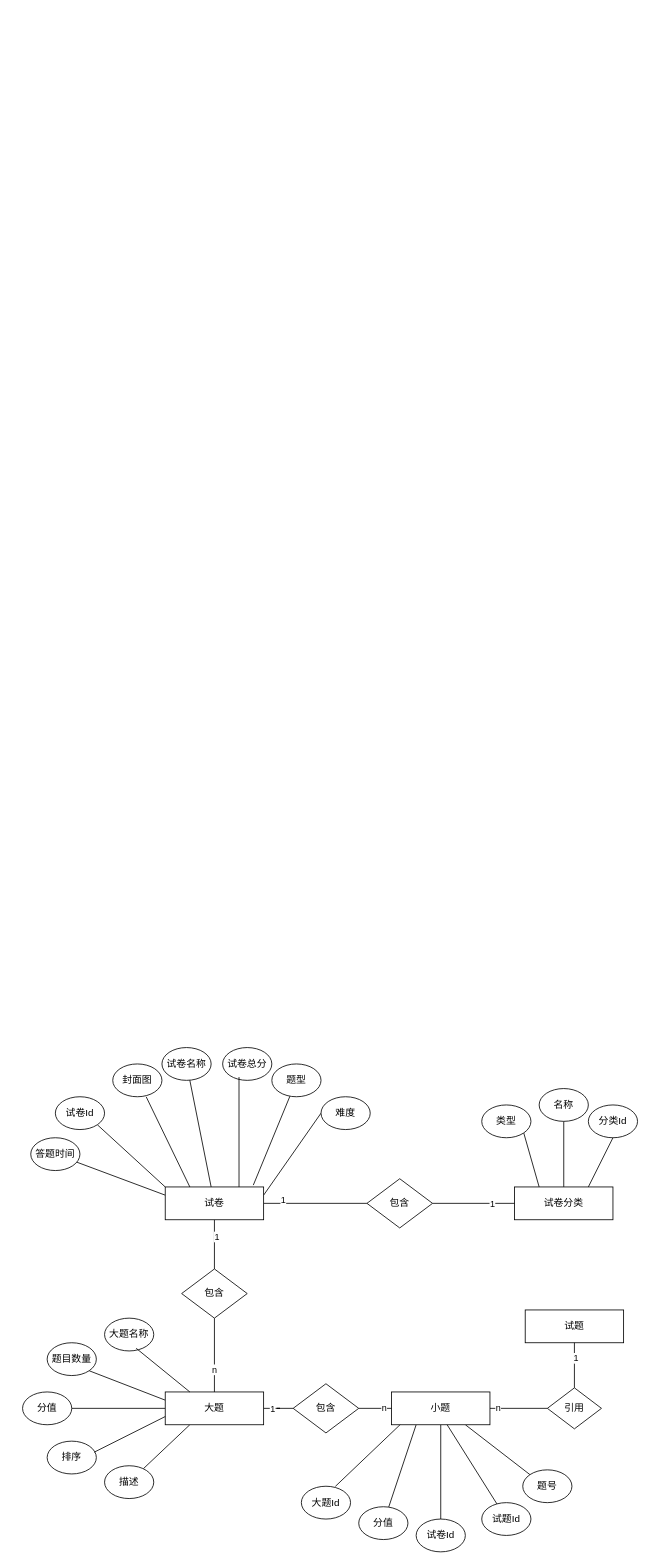
Before: page "试卷E-R图" (4 of 16) of 题库E-R.drawio in ChenLiheng/question-project, a draw.io diagram. Source tidied: cells renumbered, new cells numbered last; positions are measured from the earlier drawing's top-left corner, leaving out a move shared by most shapes. Both pictures are drawn from the tidied source at 82%, with x=0, y=0 at pixel (22, 1047).
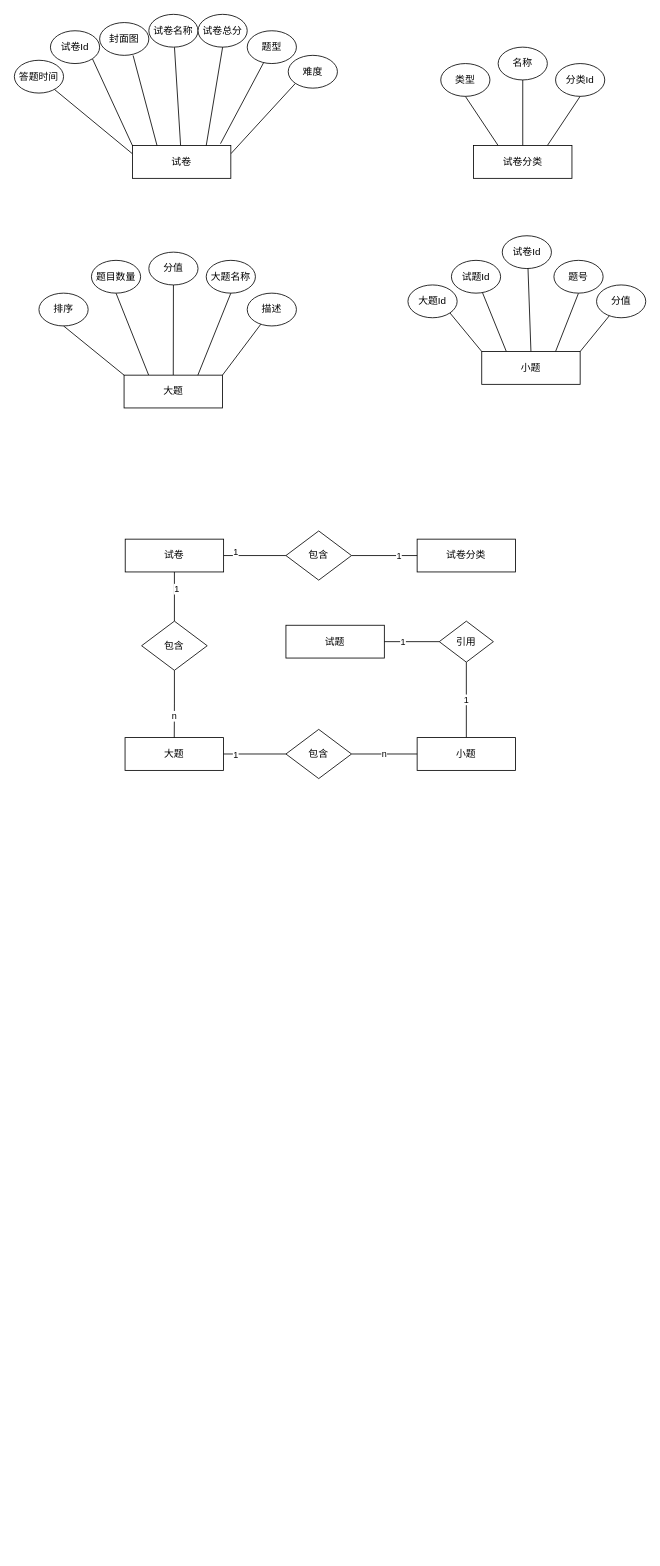
Above is the later version.

What changed in the source:
```diff
@@
-    <mxCell id="2" style="rounded=0;jettySize=auto;html=1;endArrow=none;endFill=0;" parent="1" edge="1" source="11" target="12">
-      <mxGeometry relative="1" as="geometry" />
-    </mxCell>
-    <mxCell id="3" style="rounded=0;jettySize=auto;html=1;exitX=1;exitY=0.25;exitDx=0;exitDy=0;entryX=0;entryY=0.5;entryDx=0;entryDy=0;endArrow=none;endFill=0;" parent="1" edge="1" source="11" target="16">
-      <mxGeometry relative="1" as="geometry" />
-    </mxCell>
-    <mxCell id="4" style="rounded=0;jettySize=auto;html=1;exitX=0.895;exitY=-0.056;exitDx=0;exitDy=0;exitPerimeter=0;endArrow=none;endFill=0;" parent="1" edge="1" source="11" target="15">
-      <mxGeometry relative="1" as="geometry" />
-    </mxCell>
@@
-    <mxCell id="9" style="rounded=0;jettySize=auto;html=1;exitX=0;exitY=0.25;exitDx=0;exitDy=0;endArrow=none;endFill=0;" parent="1" edge="1" source="11" target="60">
-      <mxGeometry relative="1" as="geometry" />
-    </mxCell>
-    <mxCell id="10" style="rounded=0;jettySize=auto;html=1;exitX=0;exitY=0;exitDx=0;exitDy=0;entryX=1;entryY=1;entryDx=0;entryDy=0;endArrow=none;endFill=0;" parent="1" edge="1" source="11" target="68">
-      <mxGeometry relative="1" as="geometry" />
-    </mxCell>
     <mxCell id="11" value="试卷" style="whiteSpace=wrap;html=1;" parent="1" vertex="1">
-      <mxGeometry x="174" y="170" width="120" height="40" as="geometry" />
+      <mxGeometry x="125.2" y="-620" width="120" height="40" as="geometry" />
     </mxCell>
-    <mxCell id="12" value="试卷名称" style="ellipse;whiteSpace=wrap;html=1;" parent="1" vertex="1">
-      <mxGeometry x="170" width="60" height="40" as="geometry" />
-    </mxCell>
-    <mxCell id="13" value="试卷总分" style="ellipse;whiteSpace=wrap;html=1;" parent="1" vertex="1">
-      <mxGeometry x="244" width="60" height="40" as="geometry" />
-    </mxCell>
-    <mxCell id="14" style="rounded=0;jettySize=auto;html=1;exitX=0.75;exitY=0;exitDx=0;exitDy=0;entryX=0.333;entryY=0.9;entryDx=0;entryDy=0;entryPerimeter=0;endArrow=none;endFill=0;" parent="1" edge="1" source="11" target="13">
-      <mxGeometry relative="1" as="geometry" />
-    </mxCell>
-    <mxCell id="15" value="题型" style="ellipse;whiteSpace=wrap;html=1;" parent="1" vertex="1">
-      <mxGeometry x="304" y="20" width="60" height="40" as="geometry" />
-    </mxCell>
-    <mxCell id="16" value="难度" style="ellipse;whiteSpace=wrap;html=1;" parent="1" vertex="1">
-      <mxGeometry x="364" y="60" width="60" height="40" as="geometry" />
-    </mxCell>
@@
-    <mxCell id="19" style="rounded=0;jettySize=auto;html=1;exitX=0;exitY=0.25;exitDx=0;exitDy=0;entryX=1;entryY=1;entryDx=0;entryDy=0;endArrow=none;endFill=0;" parent="1" edge="1" source="22" target="51">
-      <mxGeometry relative="1" as="geometry" />
-    </mxCell>
-    <mxCell id="20" style="rounded=0;jettySize=auto;html=1;exitX=0;exitY=0.5;exitDx=0;exitDy=0;entryX=1;entryY=0.5;entryDx=0;entryDy=0;endArrow=none;endFill=0;" parent="1" edge="1" source="22" target="52">
-      <mxGeometry relative="1" as="geometry" />
-    </mxCell>
-    <mxCell id="21" style="rounded=0;jettySize=auto;html=1;exitX=0.25;exitY=1;exitDx=0;exitDy=0;endArrow=none;endFill=0;" parent="1" edge="1" source="22" target="54">
-      <mxGeometry relative="1" as="geometry" />
-    </mxCell>
     <mxCell id="22" value="大题" style="whiteSpace=wrap;html=1;" parent="1" vertex="1">
-      <mxGeometry x="174" y="420" width="120" height="40" as="geometry" />
+      <mxGeometry x="125" y="-378" width="120" height="40" as="geometry" />
     </mxCell>
-    <mxCell id="23" style="rounded=0;jettySize=auto;html=1;exitX=0.25;exitY=0;exitDx=0;exitDy=0;entryX=1;entryY=1;entryDx=0;entryDy=0;endArrow=none;endFill=0;" parent="1" edge="1" source="26" target="65">
-      <mxGeometry relative="1" as="geometry" />
-    </mxCell>
-    <mxCell id="24" style="rounded=0;jettySize=auto;html=1;exitX=0.5;exitY=0;exitDx=0;exitDy=0;endArrow=none;endFill=0;" parent="1" edge="1" source="26" target="66">
-      <mxGeometry relative="1" as="geometry" />
-    </mxCell>
-    <mxCell id="25" style="rounded=0;jettySize=auto;html=1;exitX=0.75;exitY=0;exitDx=0;exitDy=0;entryX=0.5;entryY=1;entryDx=0;entryDy=0;endArrow=none;endFill=0;" parent="1" edge="1" source="26" target="67">
-      <mxGeometry relative="1" as="geometry" />
-    </mxCell>
     <mxCell id="26" value="试卷分类" style="whiteSpace=wrap;html=1;" parent="1" vertex="1">
-      <mxGeometry x="600" y="170" width="120" height="40" as="geometry" />
+      <mxGeometry x="481.2" y="-620" width="120" height="40" as="geometry" />
     </mxCell>
-    <mxCell id="27" style="edgeStyle=orthogonalEdgeStyle;rounded=0;jettySize=auto;html=1;endArrow=none;endFill=0;" parent="1" edge="1" source="34" target="38">
+    <mxCell id="27" value="1" style="edgeStyle=orthogonalEdgeStyle;rounded=0;jettySize=auto;html=1;endArrow=none;endFill=0;" parent="1" edge="1" source="34" target="38">
       <mxGeometry relative="1" as="geometry" />
     </mxCell>
-    <mxCell id="28" value="n" style="edgeLabel;html=1;align=center;verticalAlign=middle;" parent="27" vertex="1">
-      <mxGeometry x="-0.75" y="1" relative="1" as="geometry" />
-    </mxCell>
-    <mxCell id="29" style="rounded=0;jettySize=auto;html=1;exitX=0.376;exitY=0.1;exitDx=0;exitDy=0;exitPerimeter=0;endArrow=none;endFill=0;" parent="1" edge="1" source="34" target="62">
-      <mxGeometry relative="1" as="geometry" />
-    </mxCell>
-    <mxCell id="30" style="rounded=0;jettySize=auto;html=1;exitX=0.25;exitY=1;exitDx=0;exitDy=0;endArrow=none;endFill=0;" parent="1" edge="1" source="34" target="63">
-      <mxGeometry relative="1" as="geometry" />
-    </mxCell>
-    <mxCell id="31" style="rounded=0;jettySize=auto;html=1;exitX=0.75;exitY=1;exitDx=0;exitDy=0;entryX=0;entryY=0;entryDx=0;entryDy=0;endArrow=none;endFill=0;" parent="1" edge="1" source="34" target="64">
-      <mxGeometry relative="1" as="geometry" />
-    </mxCell>
-    <mxCell id="32" style="rounded=0;jettySize=auto;html=1;exitX=0.5;exitY=1;exitDx=0;exitDy=0;entryX=0.5;entryY=0;entryDx=0;entryDy=0;endArrow=none;endFill=0;" parent="1" edge="1" source="34" target="57">
-      <mxGeometry relative="1" as="geometry" />
-    </mxCell>
-    <mxCell id="33" style="rounded=0;jettySize=auto;html=1;exitX=0.095;exitY=0.975;exitDx=0;exitDy=0;entryX=0.69;entryY=0.006;entryDx=0;entryDy=0;entryPerimeter=0;exitPerimeter=0;endArrow=none;endFill=0;" parent="1" edge="1" source="34" target="58">
-      <mxGeometry relative="1" as="geometry" />
-    </mxCell>
     <mxCell id="34" value="小题" style="whiteSpace=wrap;html=1;" parent="1" vertex="1">
-      <mxGeometry x="450" y="420" width="120" height="40" as="geometry" />
+      <mxGeometry x="481.2" y="-378" width="120" height="40" as="geometry" />
     </mxCell>
     <mxCell id="35" value="试题" style="whiteSpace=wrap;html=1;" parent="1" vertex="1">
-      <mxGeometry x="613" y="320" width="120" height="40" as="geometry" />
+      <mxGeometry x="321.2" y="-515" width="120" height="40" as="geometry" />
     </mxCell>
@@
     <mxCell id="38" value="引用" style="rhombus;whiteSpace=wrap;html=1;" parent="1" vertex="1">
-      <mxGeometry x="640" y="415" width="66" height="50" as="geometry" />
+      <mxGeometry x="508.2" y="-520" width="66" height="50" as="geometry" />
     </mxCell>
-    <mxCell id="39" style="rounded=0;jettySize=auto;html=1;endArrow=none;endFill=0;" parent="1" edge="1" source="41" target="34">
+    <mxCell id="39" value="n" style="rounded=0;jettySize=auto;html=1;endArrow=none;endFill=0;" parent="1" edge="1" source="41" target="34">
       <mxGeometry relative="1" as="geometry" />
     </mxCell>
-    <mxCell id="40" value="n" style="edgeLabel;html=1;align=center;verticalAlign=middle;" parent="39" vertex="1">
-      <mxGeometry x="0.48" y="1" relative="1" as="geometry" />
-    </mxCell>
     <mxCell id="41" value="包含" style="rhombus;whiteSpace=wrap;html=1;" parent="1" vertex="1">
-      <mxGeometry x="330" y="410" width="80" height="60" as="geometry" />
+      <mxGeometry x="321.2" y="-388" width="80" height="60" as="geometry" />
     </mxCell>
@@
     <mxCell id="44" value="包含" style="rhombus;whiteSpace=wrap;html=1;" parent="1" vertex="1">
-      <mxGeometry x="194" y="270" width="80" height="60" as="geometry" />
+      <mxGeometry x="145.2" y="-520" width="80" height="60" as="geometry" />
     </mxCell>
@@
     <mxCell id="48" value="包含" style="rhombus;whiteSpace=wrap;html=1;" parent="1" vertex="1">
-      <mxGeometry x="420" y="160" width="80" height="60" as="geometry" />
+      <mxGeometry x="321.2" y="-630" width="80" height="60" as="geometry" />
     </mxCell>
@@
-    <mxCell id="50" value="大题名称" style="ellipse;whiteSpace=wrap;html=1;" parent="1" vertex="1">
-      <mxGeometry x="100" y="330" width="60" height="40" as="geometry" />
-    </mxCell>
-    <mxCell id="51" value="题目数量" style="ellipse;whiteSpace=wrap;html=1;" parent="1" vertex="1">
-      <mxGeometry x="30" y="360" width="60" height="40" as="geometry" />
-    </mxCell>
-    <mxCell id="52" value="分值" style="ellipse;whiteSpace=wrap;html=1;" parent="1" vertex="1">
-      <mxGeometry y="420" width="60" height="40" as="geometry" />
-    </mxCell>
-    <mxCell id="53" value="排序" style="ellipse;whiteSpace=wrap;html=1;" parent="1" vertex="1">
-      <mxGeometry x="30" y="480" width="60" height="40" as="geometry" />
-    </mxCell>
-    <mxCell id="54" value="描述" style="ellipse;whiteSpace=wrap;html=1;" parent="1" vertex="1">
-      <mxGeometry x="100" y="510" width="60" height="40" as="geometry" />
-    </mxCell>
-    <mxCell id="55" style="rounded=0;jettySize=auto;html=1;exitX=0.25;exitY=0;exitDx=0;exitDy=0;entryX=0.643;entryY=0.919;entryDx=0;entryDy=0;entryPerimeter=0;endArrow=none;endFill=0;" parent="1" edge="1" source="22" target="50">
-      <mxGeometry relative="1" as="geometry" />
-    </mxCell>
-    <mxCell id="56" style="rounded=0;jettySize=auto;html=1;exitX=0;exitY=0.75;exitDx=0;exitDy=0;entryX=0.957;entryY=0.336;entryDx=0;entryDy=0;entryPerimeter=0;endArrow=none;endFill=0;" parent="1" edge="1" source="22" target="53">
-      <mxGeometry relative="1" as="geometry" />
-    </mxCell>
-    <mxCell id="57" value="试卷Id" style="ellipse;whiteSpace=wrap;html=1;" parent="1" vertex="1">
-      <mxGeometry x="480" y="575" width="60" height="40" as="geometry" />
-    </mxCell>
+    <mxCell id="69" style="group;" parent="1" vertex="1">
+      <mxGeometry x="470" y="-990" width="290" height="181.2" as="geometry" />
+    </mxCell>
+    <mxCell id="70" style="rounded=0;jettySize=auto;html=1;endArrow=none;endFill=0;exitX=0.25;exitY=0;exitDx=0;exitDy=0;" parent="69" edge="1" source="75" target="62">
+      <mxGeometry relative="1" as="geometry" />
+    </mxCell>
+    <mxCell id="71" style="rounded=0;jettySize=auto;html=1;endArrow=none;endFill=0;exitX=1;exitY=0;exitDx=0;exitDy=0;" parent="69" edge="1" source="75" target="77">
+      <mxGeometry relative="1" as="geometry" />
+    </mxCell>
+    <mxCell id="72" style="rounded=0;jettySize=auto;html=1;exitX=0.75;exitY=0;exitDx=0;exitDy=0;entryX=0.5;entryY=1;entryDx=0;entryDy=0;endArrow=none;endFill=0;" parent="69" edge="1" source="75" target="64">
+      <mxGeometry relative="1" as="geometry" />
+    </mxCell>
+    <mxCell id="73" style="rounded=0;jettySize=auto;html=1;exitX=0.5;exitY=0;exitDx=0;exitDy=0;entryX=0.5;entryY=0;entryDx=0;entryDy=0;endArrow=none;endFill=0;" parent="69" edge="1" source="75" target="76">
+      <mxGeometry relative="1" as="geometry" />
+    </mxCell>
+    <mxCell id="74" style="rounded=0;jettySize=auto;html=1;exitX=0;exitY=0;exitDx=0;exitDy=0;entryX=1;entryY=1;entryDx=0;entryDy=0;endArrow=none;endFill=0;" parent="69" edge="1" source="75" target="58">
+      <mxGeometry relative="1" as="geometry" />
+    </mxCell>
+    <mxCell id="75" value="小题" style="whiteSpace=wrap;html=1;direction=east;" parent="69" vertex="1">
+      <mxGeometry x="90" y="141.2" width="120" height="40" as="geometry" />
+    </mxCell>
+    <mxCell id="76" value="试卷Id" style="ellipse;whiteSpace=wrap;html=1;direction=east;" parent="69" vertex="1">
+      <mxGeometry x="115" width="60" height="40" as="geometry" />
+    </mxCell>
-    <mxCell id="58" value="大题Id" style="ellipse;whiteSpace=wrap;html=1;" parent="1" vertex="1">
-      <mxGeometry x="340" y="535" width="60" height="40" as="geometry" />
+    <mxCell id="58" value="大题Id" style="ellipse;whiteSpace=wrap;html=1;direction=east;" parent="69" vertex="1">
+      <mxGeometry y="60" width="60" height="40" as="geometry" />
     </mxCell>
-    <mxCell id="59" value="封面图" style="ellipse;whiteSpace=wrap;html=1;" parent="1" vertex="1">
-      <mxGeometry x="110" y="20" width="60" height="40" as="geometry" />
-    </mxCell>
-    <mxCell id="60" value="答题时间" style="ellipse;whiteSpace=wrap;html=1;" parent="1" vertex="1">
-      <mxGeometry x="10" y="110" width="60" height="40" as="geometry" />
-    </mxCell>
-    <mxCell id="61" style="rounded=0;jettySize=auto;html=1;exitX=0.25;exitY=0;exitDx=0;exitDy=0;entryX=0.68;entryY=1.003;entryDx=0;entryDy=0;entryPerimeter=0;endArrow=none;endFill=0;" parent="1" edge="1" source="11" target="59">
-      <mxGeometry relative="1" as="geometry" />
-    </mxCell>
-    <mxCell id="62" value="试题Id" style="ellipse;whiteSpace=wrap;html=1;" parent="1" vertex="1">
-      <mxGeometry x="560" y="555" width="60" height="40" as="geometry" />
+    <mxCell id="62" value="试题Id" style="ellipse;whiteSpace=wrap;html=1;direction=east;" parent="69" vertex="1">
+      <mxGeometry x="53" y="30" width="60" height="40" as="geometry" />
     </mxCell>
-    <mxCell id="63" value="分值" style="ellipse;whiteSpace=wrap;html=1;" parent="1" vertex="1">
-      <mxGeometry x="410" y="560" width="60" height="40" as="geometry" />
-    </mxCell>
+    <mxCell id="77" value="分值" style="ellipse;whiteSpace=wrap;html=1;direction=east;" parent="69" vertex="1">
+      <mxGeometry x="230" y="60" width="60" height="40" as="geometry" />
+    </mxCell>
-    <mxCell id="64" value="题号" style="ellipse;whiteSpace=wrap;html=1;" parent="1" vertex="1">
-      <mxGeometry x="610" y="515" width="60" height="40" as="geometry" />
+    <mxCell id="64" value="题号" style="ellipse;whiteSpace=wrap;html=1;direction=east;" parent="69" vertex="1">
+      <mxGeometry x="178" y="30" width="60" height="40" as="geometry" />
     </mxCell>
+    <mxCell id="78" style="group;" parent="1" vertex="1">
+      <mxGeometry x="510" y="-1220" width="200" height="160" as="geometry" />
+    </mxCell>
+    <mxCell id="79" style="rounded=0;jettySize=auto;html=1;exitX=0.25;exitY=0;exitDx=0;exitDy=0;entryX=0.5;entryY=1;entryDx=0;entryDy=0;endArrow=none;endFill=0;" parent="78" edge="1" source="82" target="65">
+      <mxGeometry relative="1" as="geometry" />
+    </mxCell>
+    <mxCell id="80" style="rounded=0;jettySize=auto;html=1;exitX=0.5;exitY=0;exitDx=0;exitDy=0;endArrow=none;endFill=0;" parent="78" edge="1" source="82" target="66">
+      <mxGeometry relative="1" as="geometry" />
+    </mxCell>
+    <mxCell id="81" style="rounded=0;jettySize=auto;html=1;exitX=0.75;exitY=0;exitDx=0;exitDy=0;entryX=0.5;entryY=1;entryDx=0;entryDy=0;endArrow=none;endFill=0;" parent="78" edge="1" source="82" target="67">
+      <mxGeometry relative="1" as="geometry" />
+    </mxCell>
+    <mxCell id="82" value="试卷分类" style="whiteSpace=wrap;html=1;" parent="78" vertex="1">
+      <mxGeometry x="40" y="120" width="120" height="40" as="geometry" />
+    </mxCell>
-    <mxCell id="65" value="类型" style="ellipse;whiteSpace=wrap;html=1;" parent="1" vertex="1">
-      <mxGeometry x="560" y="70" width="60" height="40" as="geometry" />
+    <mxCell id="65" value="类型" style="ellipse;whiteSpace=wrap;html=1;" parent="78" vertex="1">
+      <mxGeometry y="20" width="60" height="40" as="geometry" />
     </mxCell>
-    <mxCell id="66" value="名称" style="ellipse;whiteSpace=wrap;html=1;" parent="1" vertex="1">
-      <mxGeometry x="630" y="50" width="60" height="40" as="geometry" />
+    <mxCell id="66" value="名称" style="ellipse;whiteSpace=wrap;html=1;" parent="78" vertex="1">
+      <mxGeometry x="70" width="60" height="40" as="geometry" />
     </mxCell>
-    <mxCell id="67" value="分类Id" style="ellipse;whiteSpace=wrap;html=1;" parent="1" vertex="1">
-      <mxGeometry x="690" y="70" width="60" height="40" as="geometry" />
+    <mxCell id="67" value="分类Id" style="ellipse;whiteSpace=wrap;html=1;" parent="78" vertex="1">
+      <mxGeometry x="140" y="20" width="60" height="40" as="geometry" />
     </mxCell>
-    <mxCell id="68" value="试卷Id" style="ellipse;whiteSpace=wrap;html=1;" parent="1" vertex="1">
-      <mxGeometry x="40" y="60" width="60" height="40" as="geometry" />
-    </mxCell>
+    <mxCell id="83" style="group;" parent="1" vertex="1">
+      <mxGeometry x="20" y="-970" width="314" height="190" as="geometry" />
+    </mxCell>
+    <mxCell id="84" style="rounded=0;jettySize=auto;html=1;exitX=0.25;exitY=0;exitDx=0;exitDy=0;entryX=0.5;entryY=1;entryDx=0;entryDy=0;endArrow=none;endFill=0;" parent="83" edge="1" source="87" target="51">
+      <mxGeometry relative="1" as="geometry" />
+    </mxCell>
+    <mxCell id="85" style="rounded=0;jettySize=auto;html=1;exitX=0.5;exitY=0;exitDx=0;exitDy=0;entryX=0.5;entryY=1;entryDx=0;entryDy=0;endArrow=none;endFill=0;" parent="83" edge="1" source="87" target="89">
+      <mxGeometry relative="1" as="geometry" />
+    </mxCell>
+    <mxCell id="86" style="rounded=0;jettySize=auto;html=1;exitX=1;exitY=0;exitDx=0;exitDy=0;endArrow=none;endFill=0;" parent="83" edge="1" source="87" target="54">
+      <mxGeometry relative="1" as="geometry" />
+    </mxCell>
+    <mxCell id="87" value="大题" style="whiteSpace=wrap;html=1;" parent="83" vertex="1">
+      <mxGeometry x="103.8" y="150" width="120" height="40" as="geometry" />
+    </mxCell>
+    <mxCell id="88" style="edgeStyle=orthogonalEdgeStyle;rounded=0;orthogonalLoop=1;jettySize=auto;html=1;exitX=0.5;exitY=1;exitDx=0;exitDy=0;" parent="83" edge="1">
+      <mxGeometry relative="1" as="geometry">
+        <mxPoint x="163.8" y="60" as="sourcePoint" />
+        <mxPoint x="163.8" y="60" as="targetPoint" />
+      </mxGeometry>
+    </mxCell>
+    <mxCell id="50" value="大题名称" style="ellipse;whiteSpace=wrap;html=1;" parent="83" vertex="1">
+      <mxGeometry x="204" y="10" width="60" height="40" as="geometry" />
+    </mxCell>
+    <mxCell id="51" value="题目数量" style="ellipse;whiteSpace=wrap;html=1;" parent="83" vertex="1">
+      <mxGeometry x="64" y="10" width="60" height="40" as="geometry" />
+    </mxCell>
+    <mxCell id="89" value="分值" style="ellipse;whiteSpace=wrap;html=1;" parent="83" vertex="1">
+      <mxGeometry x="134" width="60" height="40" as="geometry" />
+    </mxCell>
+    <mxCell id="53" value="排序" style="ellipse;whiteSpace=wrap;html=1;" parent="83" vertex="1">
+      <mxGeometry y="50" width="60" height="40" as="geometry" />
+    </mxCell>
+    <mxCell id="54" value="描述" style="ellipse;whiteSpace=wrap;html=1;" parent="83" vertex="1">
+      <mxGeometry x="254" y="50" width="60" height="40" as="geometry" />
+    </mxCell>
+    <mxCell id="90" style="rounded=0;jettySize=auto;html=1;exitX=0.75;exitY=0;exitDx=0;exitDy=0;entryX=0.5;entryY=1;entryDx=0;entryDy=0;endArrow=none;endFill=0;" parent="83" edge="1" source="87" target="50">
+      <mxGeometry relative="1" as="geometry" />
+    </mxCell>
+    <mxCell id="91" style="rounded=0;jettySize=auto;html=1;exitX=0;exitY=0;exitDx=0;exitDy=0;entryX=0.5;entryY=1;entryDx=0;entryDy=0;endArrow=none;endFill=0;" parent="83" edge="1" source="87" target="53">
+      <mxGeometry relative="1" as="geometry" />
+    </mxCell>
+    <mxCell id="92" style="group;" parent="1" vertex="1">
+      <mxGeometry x="-10" y="-1260" width="394" height="200" as="geometry" />
+    </mxCell>
+    <mxCell id="93" style="rounded=0;jettySize=auto;html=1;endArrow=none;endFill=0;" parent="92" edge="1" source="98" target="12">
+      <mxGeometry relative="1" as="geometry" />
+    </mxCell>
+    <mxCell id="94" style="rounded=0;jettySize=auto;html=1;exitX=1;exitY=0.25;exitDx=0;exitDy=0;entryX=0;entryY=1;entryDx=0;entryDy=0;endArrow=none;endFill=0;" parent="92" edge="1" source="98" target="16">
+      <mxGeometry relative="1" as="geometry" />
+    </mxCell>
+    <mxCell id="95" style="rounded=0;jettySize=auto;html=1;exitX=0.895;exitY=-0.056;exitDx=0;exitDy=0;exitPerimeter=0;endArrow=none;endFill=0;" parent="92" edge="1" source="98" target="15">
+      <mxGeometry relative="1" as="geometry" />
+    </mxCell>
+    <mxCell id="96" style="rounded=0;jettySize=auto;html=1;exitX=0;exitY=0.25;exitDx=0;exitDy=0;endArrow=none;endFill=0;" parent="92" edge="1" source="98" target="60">
+      <mxGeometry relative="1" as="geometry" />
+    </mxCell>
+    <mxCell id="97" style="rounded=0;jettySize=auto;html=1;exitX=0;exitY=0;exitDx=0;exitDy=0;entryX=1;entryY=1;entryDx=0;entryDy=0;endArrow=none;endFill=0;" parent="92" edge="1" source="98" target="101">
+      <mxGeometry relative="1" as="geometry" />
+    </mxCell>
+    <mxCell id="98" value="试卷" style="whiteSpace=wrap;html=1;" parent="92" vertex="1">
+      <mxGeometry x="144" y="160" width="120" height="40" as="geometry" />
+    </mxCell>
+    <mxCell id="12" value="试卷名称" style="ellipse;whiteSpace=wrap;html=1;" parent="92" vertex="1">
+      <mxGeometry x="164" width="60" height="40" as="geometry" />
+    </mxCell>
+    <mxCell id="13" value="试卷总分" style="ellipse;whiteSpace=wrap;html=1;" parent="92" vertex="1">
+      <mxGeometry x="224" width="60" height="40" as="geometry" />
+    </mxCell>
+    <mxCell id="99" style="rounded=0;jettySize=auto;html=1;exitX=0.75;exitY=0;exitDx=0;exitDy=0;entryX=0.5;entryY=1;entryDx=0;entryDy=0;endArrow=none;endFill=0;" parent="92" edge="1" source="98" target="13">
+      <mxGeometry relative="1" as="geometry" />
+    </mxCell>
+    <mxCell id="15" value="题型" style="ellipse;whiteSpace=wrap;html=1;" parent="92" vertex="1">
+      <mxGeometry x="284" y="20" width="60" height="40" as="geometry" />
+    </mxCell>
+    <mxCell id="16" value="难度" style="ellipse;whiteSpace=wrap;html=1;" parent="92" vertex="1">
+      <mxGeometry x="334" y="50" width="60" height="40" as="geometry" />
+    </mxCell>
+    <mxCell id="59" value="封面图" style="ellipse;whiteSpace=wrap;html=1;" parent="92" vertex="1">
+      <mxGeometry x="104" y="10" width="60" height="40" as="geometry" />
+    </mxCell>
+    <mxCell id="60" value="答题时间" style="ellipse;whiteSpace=wrap;html=1;" parent="92" vertex="1">
+      <mxGeometry y="56" width="60" height="40" as="geometry" />
+    </mxCell>
+    <mxCell id="100" style="rounded=0;jettySize=auto;html=1;exitX=0.25;exitY=0;exitDx=0;exitDy=0;entryX=0.68;entryY=1.003;entryDx=0;entryDy=0;entryPerimeter=0;endArrow=none;endFill=0;" parent="92" edge="1" source="98" target="59">
+      <mxGeometry relative="1" as="geometry" />
+    </mxCell>
+    <mxCell id="101" value="试卷Id" style="ellipse;whiteSpace=wrap;html=1;" parent="92" vertex="1">
+      <mxGeometry x="44" y="20" width="60" height="40" as="geometry" />
+    </mxCell>
```
